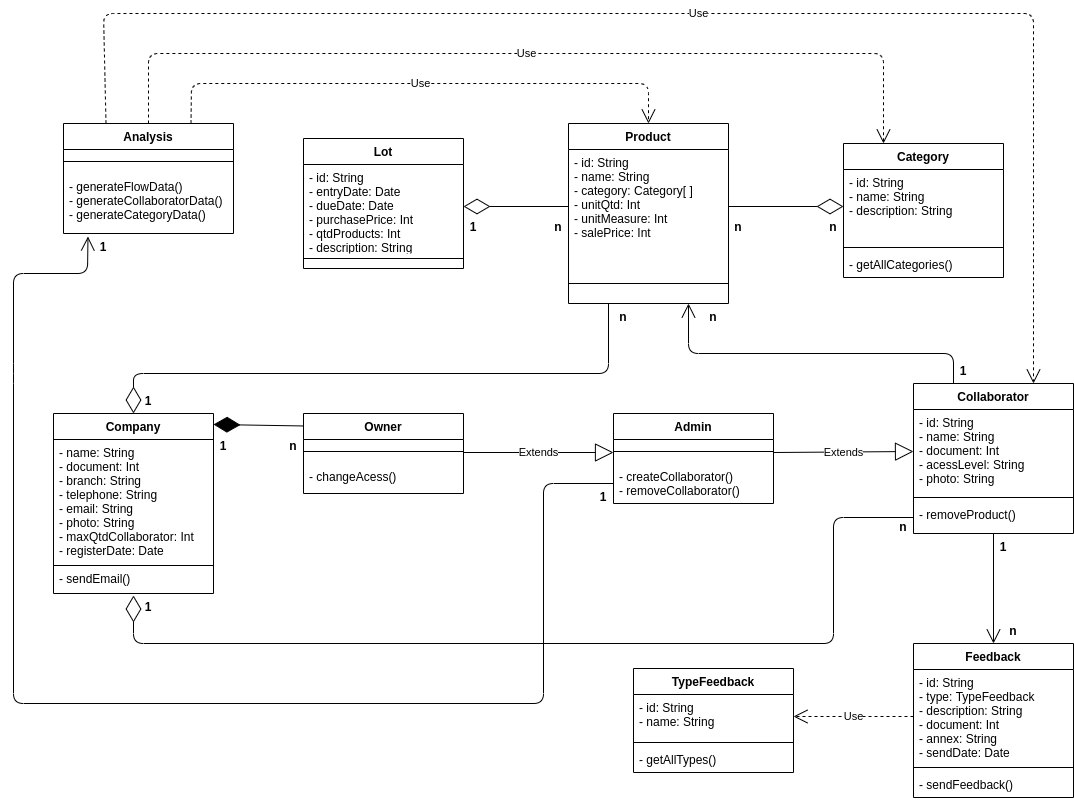
Above: docs/assets/diagramas/DiagramaClasses.png in UnBArqDsw/2020.1_G12_Stock (draw.io), before the change. Source tidied: cells renumbered, new cells last; positions are measured from the earlier drawing's top-left corner, leaving out a move shared by most shapes.
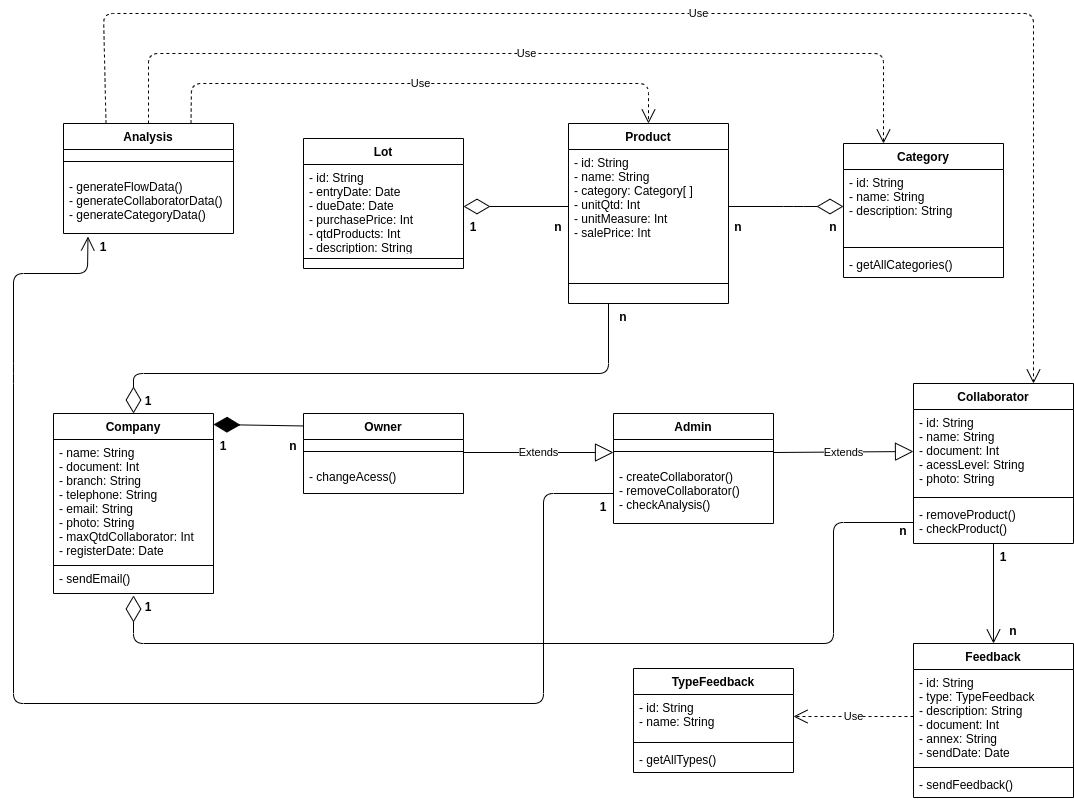
The same diagram one commit later.

The edit, as a diff of the source:
```diff
@@ -55,16 +55,12 @@
     <mxCell id="17" style="line;strokeWidth=1;fillColor=none;align=left;verticalAlign=middle;spacingTop=-1;spacingLeft=3;spacingRight=3;labelPosition=right;" parent="15" vertex="1">
       <mxGeometry y="110" width="160" height="20" as="geometry" />
     </mxCell>
-    <mxCell id="18" style="endArrow=open;endFill=1;endSize=12;html=1;exitX=0.25;exitY=0;exitDx=0;exitDy=0;entryX=0.75;entryY=1;entryDx=0;entryDy=0;" parent="1" edge="1" source="42" target="9">
-      <mxGeometry relative="1" as="geometry">
-        <Array as="points">
-          <mxPoint x="940" y="340" />
-          <mxPoint x="675" y="340" />
-        </Array>
-      </mxGeometry>
-    </mxCell>
     <mxCell id="19" style="endArrow=diamondThin;endFill=0;endSize=24;html=1;exitX=1;exitY=0.5;exitDx=0;exitDy=0;entryX=0;entryY=0.5;entryDx=0;entryDy=0;" parent="1" edge="1" source="10" target="21">
-      <mxGeometry relative="1" as="geometry" />
+      <mxGeometry relative="1" as="geometry">
+        <Array as="points">
+          <mxPoint x="780" y="193" />
+        </Array>
+      </mxGeometry>
     </mxCell>
     <mxCell id="20" value="Category" style="swimlane;fontStyle=1;align=center;verticalAlign=top;horizontal=1;startSize=26;strokeColor=#000000;" parent="1" vertex="1">
       <mxGeometry x="830" y="130" width="160" height="134" as="geometry" />
@@ -95,13 +91,13 @@
       </mxGeometry>
     </mxCell>
     <mxCell id="26" value="Admin" style="swimlane;fontStyle=1;align=center;verticalAlign=top;horizontal=1;startSize=26;strokeColor=#000000;" parent="1" vertex="1">
-      <mxGeometry x="600" y="400" width="160" height="90" as="geometry" />
+      <mxGeometry x="600" y="400" width="160" height="110" as="geometry" />
     </mxCell>
     <mxCell id="27" style="line;strokeWidth=1;fillColor=none;align=left;verticalAlign=middle;spacingTop=-1;spacingLeft=3;spacingRight=3;labelPosition=right;" parent="26" vertex="1">
       <mxGeometry y="26" width="160" height="24" as="geometry" />
     </mxCell>
-    <mxCell id="28" value="- createCollaborator()&#10;- removeCollaborator()" style="text;strokeColor=none;fillColor=none;align=left;verticalAlign=top;spacingLeft=4;spacingRight=4;overflow=hidden;points=[[0,0.5],[1,0.5]];portConstraint=eastwest;" parent="26" vertex="1">
-      <mxGeometry y="50" width="160" height="40" as="geometry" />
+    <mxCell id="28" value="- createCollaborator()&#10;- removeCollaborator()&#10;- checkAnalysis()" style="text;strokeColor=none;fillColor=none;align=left;verticalAlign=top;spacingLeft=4;spacingRight=4;overflow=hidden;points=[[0,0.5],[1,0.5]];portConstraint=eastwest;" parent="26" vertex="1">
+      <mxGeometry y="50" width="160" height="60" as="geometry" />
     </mxCell>
     <mxCell id="29" style="endArrow=open;endFill=1;endSize=12;html=1;entryX=0.5;entryY=0;entryDx=0;entryDy=0;" parent="1" edge="1" source="45" target="54">
       <mxGeometry relative="1" as="geometry" />
@@ -124,22 +120,16 @@
     <mxCell id="35" value="1" style="text;align=center;fontStyle=1;verticalAlign=middle;spacingLeft=3;spacingRight=3;strokeColor=none;" parent="1" vertex="1">
       <mxGeometry x="450" y="200" width="20" height="26" as="geometry" />
     </mxCell>
-    <mxCell id="36" value="n" style="text;align=center;fontStyle=1;verticalAlign=middle;spacingLeft=3;spacingRight=3;strokeColor=none;" parent="1" vertex="1">
-      <mxGeometry x="690" y="290" width="20" height="26" as="geometry" />
-    </mxCell>
-    <mxCell id="37" value="1" style="text;align=center;fontStyle=1;verticalAlign=middle;spacingLeft=3;spacingRight=3;strokeColor=none;" parent="1" vertex="1">
-      <mxGeometry x="940" y="344" width="20" height="26" as="geometry" />
-    </mxCell>
     <mxCell id="38" value="n" style="text;align=center;fontStyle=1;verticalAlign=middle;spacingLeft=3;spacingRight=3;strokeColor=none;" parent="1" vertex="1">
       <mxGeometry x="990" y="604" width="20" height="26" as="geometry" />
     </mxCell>
     <mxCell id="39" value="1" style="text;align=center;fontStyle=1;verticalAlign=middle;spacingLeft=3;spacingRight=3;strokeColor=none;" parent="1" vertex="1">
-      <mxGeometry x="980" y="520" width="20" height="26" as="geometry" />
+      <mxGeometry x="980" y="530" width="20" height="26" as="geometry" />
     </mxCell>
     <mxCell id="40" style="endArrow=open;endFill=1;endSize=12;html=1;exitX=0;exitY=0.5;exitDx=0;exitDy=0;entryX=0.144;entryY=1.05;entryDx=0;entryDy=0;entryPerimeter=0;" parent="1" edge="1" source="28" target="49">
       <mxGeometry relative="1" as="geometry">
         <Array as="points">
-          <mxPoint x="530" y="470" />
+          <mxPoint x="530" y="480" />
           <mxPoint x="530" y="690" />
           <mxPoint y="690" />
           <mxPoint y="360" />
@@ -152,7 +142,7 @@
       <mxGeometry x="80" y="220" width="20" height="26" as="geometry" />
     </mxCell>
     <mxCell id="42" value="Collaborator" style="swimlane;fontStyle=1;align=center;verticalAlign=top;horizontal=1;startSize=26;strokeColor=#000000;" parent="1" vertex="1">
-      <mxGeometry x="900" y="370" width="160" height="150" as="geometry" />
+      <mxGeometry x="900" y="370" width="160" height="160" as="geometry" />
     </mxCell>
     <mxCell id="43" value="- id: String&#10;- name: String&#10;- document: Int&#10;- acessLevel: String&#10;- photo: String&#10;" style="text;strokeColor=none;fillColor=none;align=left;verticalAlign=top;spacingLeft=4;spacingRight=4;overflow=hidden;points=[[0,0.5],[1,0.5]];portConstraint=eastwest;" parent="42" vertex="1">
       <mxGeometry y="26" width="160" height="84" as="geometry" />
@@ -160,8 +150,8 @@
     <mxCell id="44" style="line;strokeWidth=1;fillColor=none;align=left;verticalAlign=middle;spacingTop=-1;spacingLeft=3;spacingRight=3;labelPosition=right;" parent="42" vertex="1">
       <mxGeometry y="110" width="160" height="8" as="geometry" />
     </mxCell>
-    <mxCell id="45" value="- removeProduct()" style="text;strokeColor=none;fillColor=none;align=left;verticalAlign=top;spacingLeft=4;spacingRight=4;overflow=hidden;points=[[0,0.5],[1,0.5]];portConstraint=eastwest;fontStyle=0;" parent="42" vertex="1">
-      <mxGeometry y="118" width="160" height="32" as="geometry" />
+    <mxCell id="45" value="- removeProduct()&#10;- checkProduct()" style="text;strokeColor=none;fillColor=none;align=left;verticalAlign=top;spacingLeft=4;spacingRight=4;overflow=hidden;points=[[0,0.5],[1,0.5]];portConstraint=eastwest;fontStyle=0;" parent="42" vertex="1">
+      <mxGeometry y="118" width="160" height="42" as="geometry" />
     </mxCell>
     <mxCell id="46" value="Use" style="endArrow=open;endSize=12;dashed=1;html=1;exitX=0.25;exitY=0;exitDx=0;exitDy=0;entryX=0.75;entryY=0;entryDx=0;entryDy=0;" parent="1" edge="1" source="47" target="42">
       <mxGeometry relative="1" as="geometry">
@@ -224,7 +214,7 @@
     <mxCell id="62" style="endArrow=diamondThin;endFill=0;endSize=24;html=1;exitX=0;exitY=0.5;exitDx=0;exitDy=0;entryX=0.5;entryY=1.071;entryDx=0;entryDy=0;entryPerimeter=0;" parent="1" edge="1" source="45" target="7">
       <mxGeometry relative="1" as="geometry">
         <Array as="points">
-          <mxPoint x="820" y="504" />
+          <mxPoint x="820" y="509" />
           <mxPoint x="820" y="630" />
           <mxPoint x="120" y="630" />
         </Array>
@@ -234,10 +224,10 @@
       <mxGeometry x="125" y="580" width="20" height="26" as="geometry" />
     </mxCell>
     <mxCell id="64" value="n" style="text;align=center;fontStyle=1;verticalAlign=middle;spacingLeft=3;spacingRight=3;strokeColor=none;" parent="1" vertex="1">
-      <mxGeometry x="880" y="500" width="20" height="26" as="geometry" />
+      <mxGeometry x="880" y="504" width="20" height="26" as="geometry" />
     </mxCell>
     <mxCell id="65" value="1" style="text;align=center;fontStyle=1;verticalAlign=middle;spacingLeft=3;spacingRight=3;strokeColor=none;" parent="1" vertex="1">
-      <mxGeometry x="580" y="470" width="20" height="26" as="geometry" />
+      <mxGeometry x="580" y="480" width="20" height="26" as="geometry" />
     </mxCell>
   </root>
 </mxGraphModel>
```
